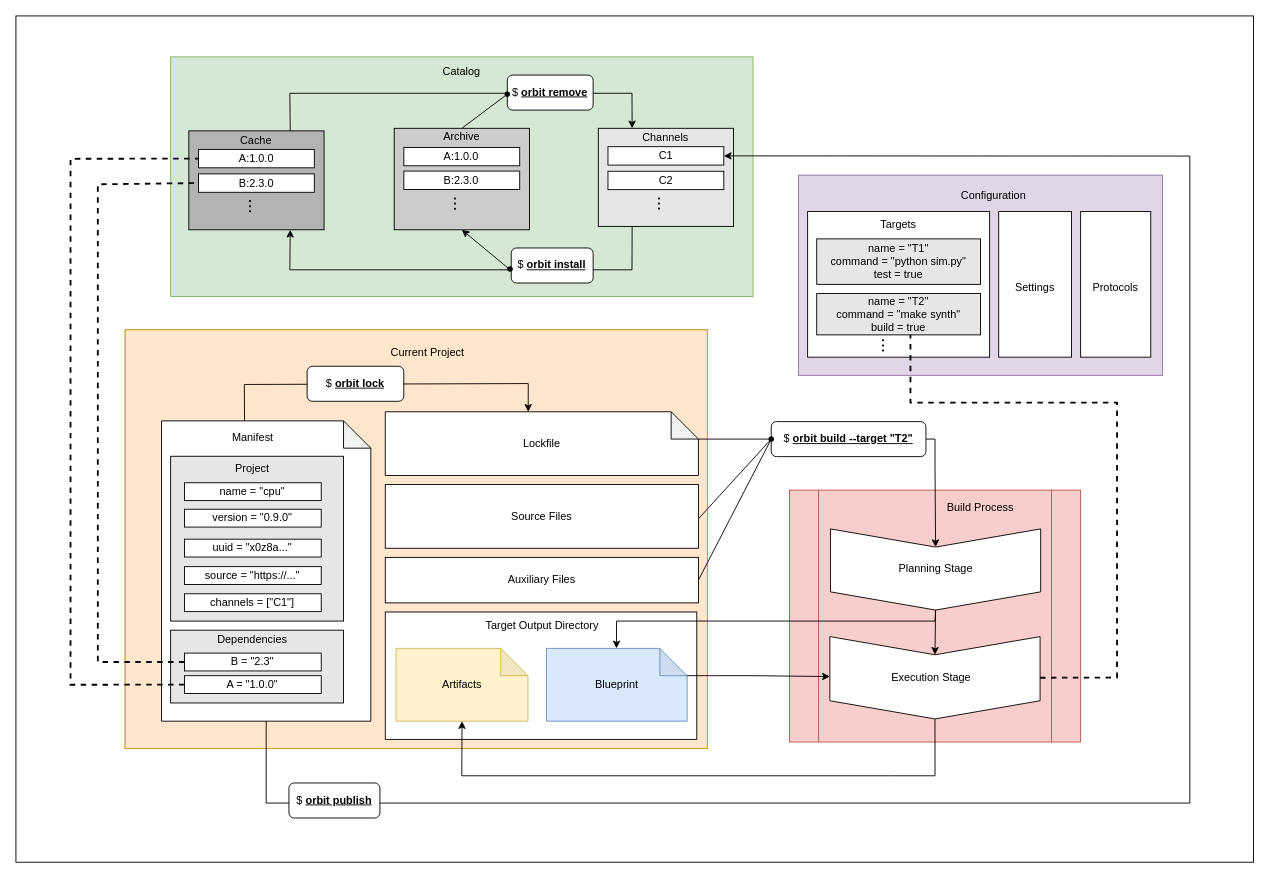
Before: docs/src/diagrams/architecture.drawio in chaseruskin/orbit, a draw.io diagram. Source tidied: cells renumbered, new cells numbered last; positions are measured from the earlier drawing's top-left corner, leaving out a move shared by most shapes. Both pictures are drawn from the tidied source at 91%, with x=0, y=0 at pixel (15, 15).
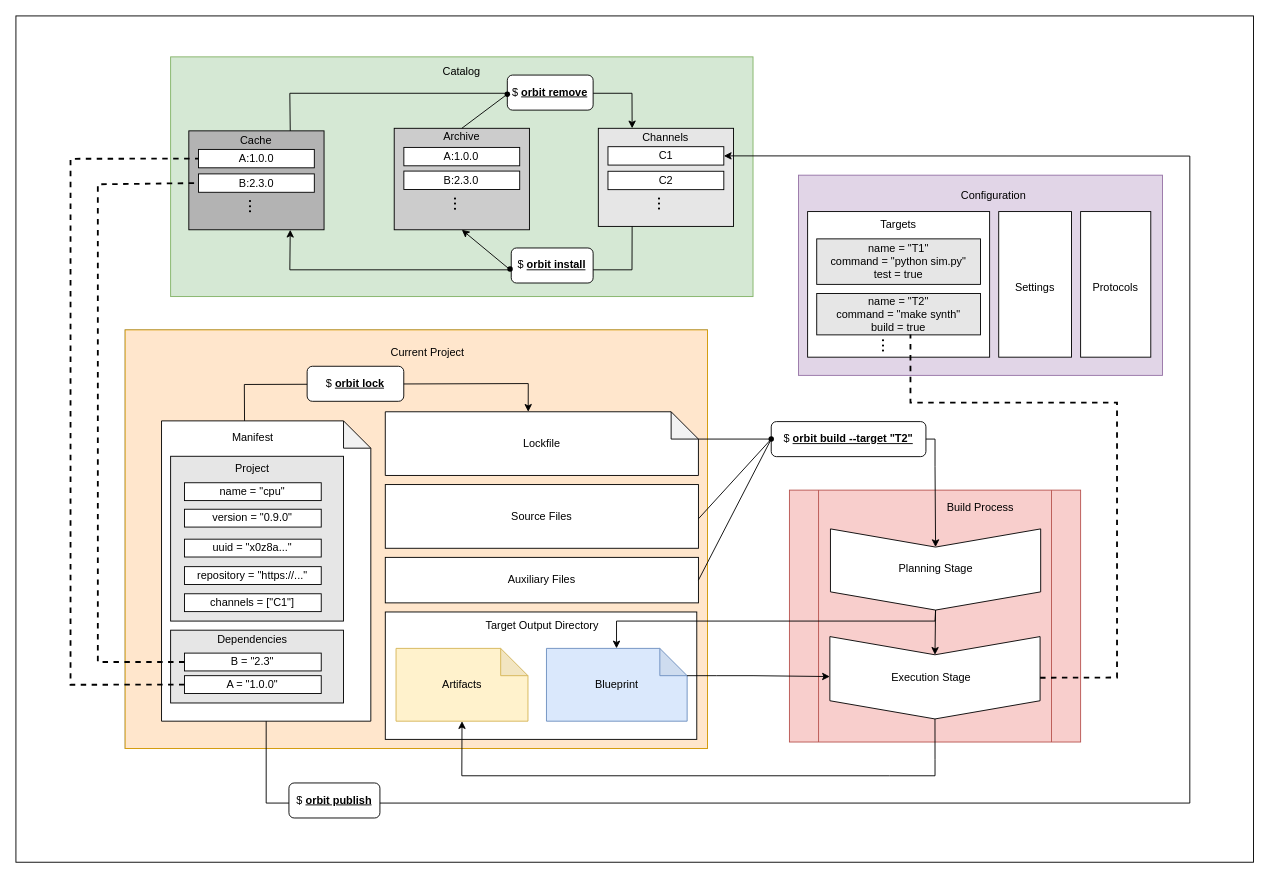
Above is the later version.

The change refers to these unchanged cells:
```xml
<mxCell id="13" style="group;" parent="4" vertex="1">
  <mxGeometry x="40" y="100" width="230" height="340" as="geometry" />
</mxCell>
```

Diff of the diagram source:
```diff
@@
-    <mxCell id="24" value="source = &quot;https://...&quot;" style="rounded=0;whiteSpace=wrap;html=1;fillColor=#FFFFFF;" parent="13" vertex="1">
+    <mxCell id="24" value="repository = &quot;https://...&quot;" style="rounded=0;whiteSpace=wrap;html=1;fillColor=#FFFFFF;" parent="13" vertex="1">
       <mxGeometry x="25.2" y="160.2" width="150.3" height="19.6" as="geometry" />
     </mxCell>
```
